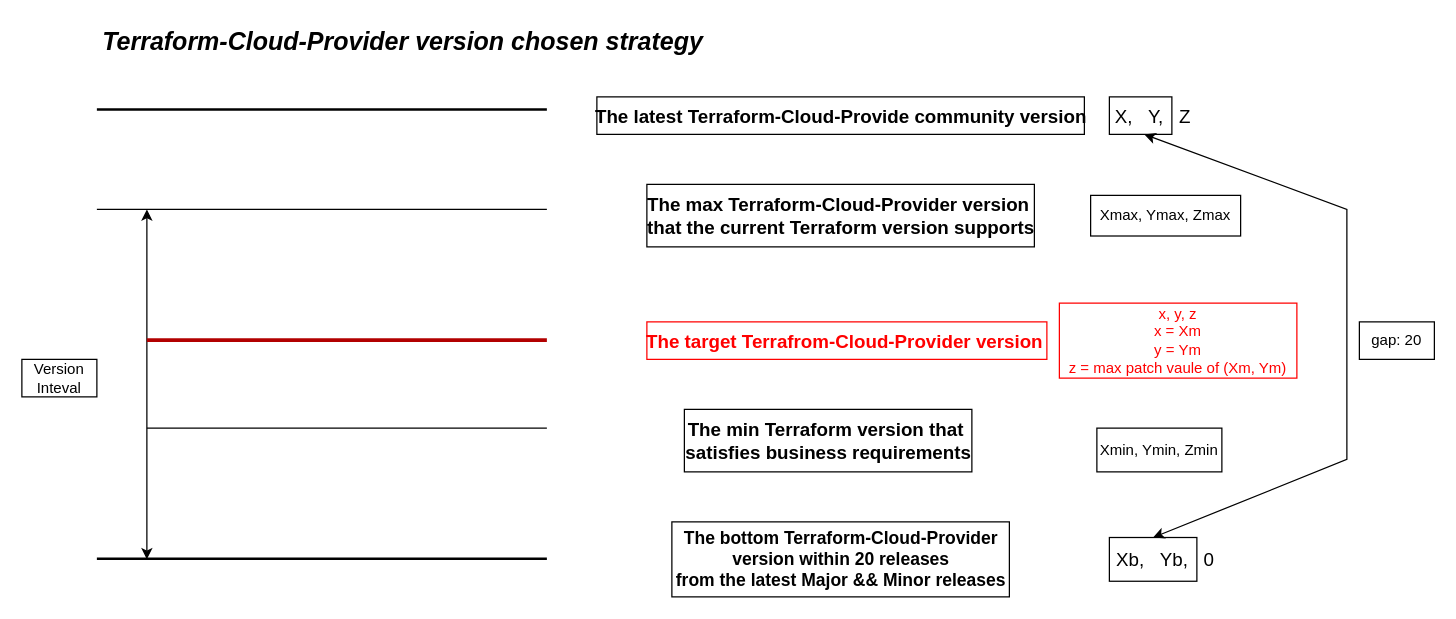
This is page "terraform-provider-version-chosen-strategy" (2 of 2) of terraform-version-chosen-strategy.drawio from YanshanSong/draw.io, a draw.io file, before an edit. Source tidied: cells renumbered, new cells numbered last; positions are measured from the earlier drawing's top-left corner, leaving out a move shared by most shapes. Both pictures are drawn from the tidied source at 125%, with x=0, y=0 at pixel (21, 21).
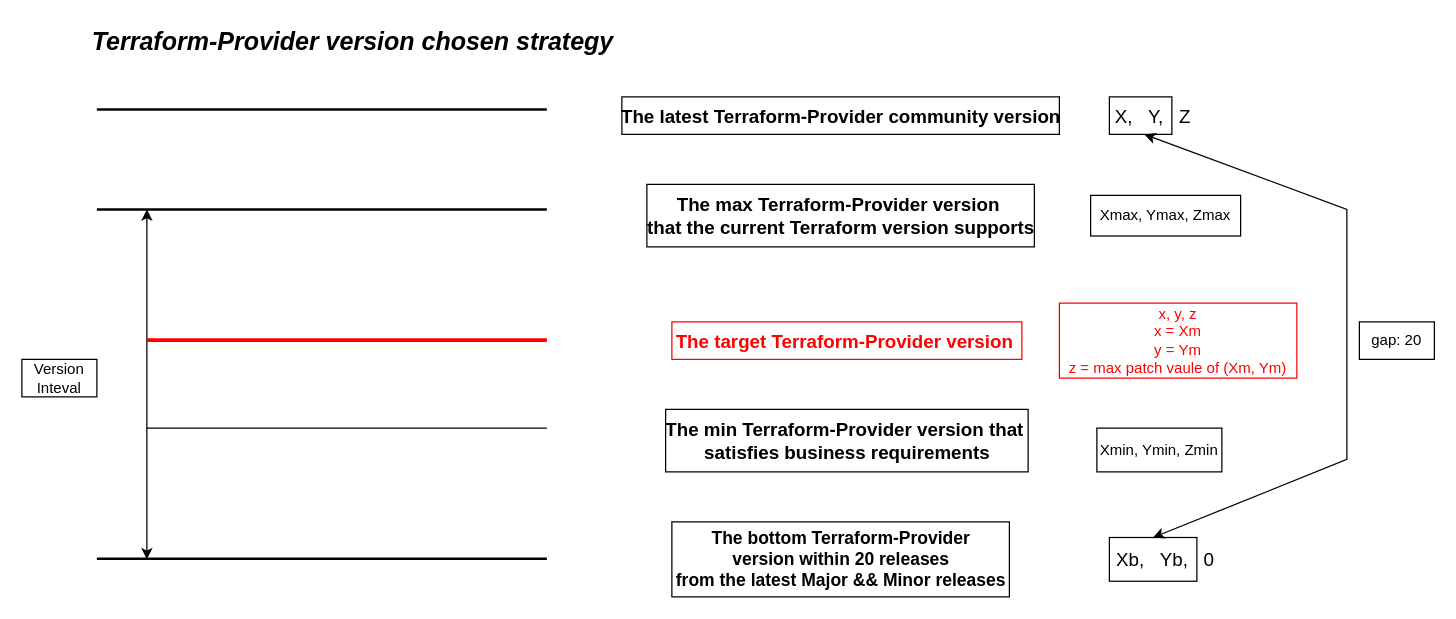
The same page after the edit.

Change to the diagram source:
```diff
@@
-    <mxCell id="5" value="&lt;font style=&quot;font-size: 15px;&quot;&gt;&lt;span&gt;The latest Terraform-Cloud-Provide&amp;nbsp;&lt;/span&gt;&lt;/font&gt;&lt;span style=&quot;font-size: 15px; background-color: initial;&quot;&gt;community version&lt;/span&gt;" style="text;html=1;align=center;verticalAlign=middle;strokeColor=default;fillColor=none;fontStyle=1;" parent="1" vertex="1">
-      <mxGeometry x="460" y="60" width="390" height="30" as="geometry" />
+    <mxCell id="5" value="&lt;font style=&quot;font-size: 15px;&quot;&gt;&lt;span&gt;The latest Terraform-Provider&amp;nbsp;&lt;/span&gt;&lt;/font&gt;&lt;span style=&quot;font-size: 15px; background-color: initial;&quot;&gt;community version&lt;/span&gt;" style="text;html=1;align=center;verticalAlign=middle;strokeColor=default;fillColor=none;fontStyle=1;" parent="1" vertex="1">
+      <mxGeometry x="480" y="60" width="350" height="30" as="geometry" />
     </mxCell>
-    <mxCell id="6" value="The bottom Terraform-Cloud-Provider&lt;div&gt;&amp;nbsp;version within 20 releases&amp;nbsp;&lt;br style=&quot;font-size: 14px;&quot;&gt;from the latest Major &amp;amp;&amp;amp; Minor releases&lt;/div&gt;" style="text;html=1;align=center;verticalAlign=middle;strokeColor=default;fillColor=none;gradientColor=none;fontSize=14;fontStyle=1;" parent="1" vertex="1">
+    <mxCell id="6" value="The bottom Terraform-Provider&lt;div&gt;&amp;nbsp;version within 20 releases&amp;nbsp;&lt;br style=&quot;font-size: 14px;&quot;&gt;from the latest Major &amp;amp;&amp;amp; Minor releases&lt;/div&gt;" style="text;html=1;align=center;verticalAlign=middle;strokeColor=default;fillColor=none;gradientColor=none;fontSize=14;fontStyle=1;" parent="1" vertex="1">
       <mxGeometry x="520" y="400" width="270" height="60" as="geometry" />
     </mxCell>
@@
-    <mxCell id="14" value="&lt;font style=&quot;font-size: 15px;&quot;&gt;&lt;span&gt;The min Terraform version that&amp;nbsp;&lt;/span&gt;&lt;/font&gt;&lt;div&gt;&lt;font style=&quot;font-size: 15px;&quot;&gt;&lt;span&gt;satisfies&amp;nbsp;&lt;/span&gt;&lt;/font&gt;&lt;span style=&quot;font-size: 15px; background-color: initial;&quot;&gt;business requirements&lt;/span&gt;&lt;/div&gt;" style="text;html=1;align=center;verticalAlign=middle;strokeColor=default;fillColor=none;fontStyle=1;" parent="1" vertex="1">
-      <mxGeometry x="530" y="310" width="230" height="50" as="geometry" />
+    <mxCell id="14" value="&lt;font style=&quot;font-size: 15px;&quot;&gt;&lt;span&gt;The min Terraform-Provider version that&amp;nbsp;&lt;/span&gt;&lt;/font&gt;&lt;div&gt;&lt;font style=&quot;font-size: 15px;&quot;&gt;&lt;span&gt;satisfies&amp;nbsp;&lt;/span&gt;&lt;/font&gt;&lt;span style=&quot;font-size: 15px; background-color: initial;&quot;&gt;business requirements&lt;/span&gt;&lt;/div&gt;" style="text;html=1;align=center;verticalAlign=middle;strokeColor=default;fillColor=none;fontStyle=1;" parent="1" vertex="1">
+      <mxGeometry x="515" y="310" width="290" height="50" as="geometry" />
     </mxCell>
@@
-    <mxCell id="17" style="endArrow=none;html=1;rounded=0;fillColor=#e51400;strokeColor=#B20000;strokeWidth=3;" parent="1" edge="1">
+    <mxCell id="17" style="endArrow=none;html=1;rounded=0;fillColor=#e51400;strokeColor=#FF0000;strokeWidth=3;fontColor=none;noLabel=1;labelBackgroundColor=none;" parent="1" edge="1">
       <mxGeometry relative="1" as="geometry">
         <mxPoint x="100" y="254.5" as="sourcePoint" />
         <mxPoint x="420" y="254.5" as="targetPoint" />
       </mxGeometry>
     </mxCell>
-    <mxCell id="18" value="&lt;span style=&quot;font-size: 15px;&quot;&gt;&lt;font color=&quot;#ff0000&quot;&gt;The target Terrafrom-Cloud-Provider&amp;nbsp;&lt;/font&gt;&lt;/span&gt;&lt;span style=&quot;color: rgb(255, 0, 0); font-size: 15px; background-color: initial;&quot;&gt;version&amp;nbsp;&lt;/span&gt;" style="text;html=1;align=center;verticalAlign=middle;strokeColor=#FF0000;fillColor=none;fontStyle=1;" parent="1" vertex="1">
-      <mxGeometry x="500" y="240" width="320" height="30" as="geometry" />
+    <mxCell id="18" value="&lt;span style=&quot;font-size: 15px;&quot;&gt;&lt;font color=&quot;#ff0000&quot;&gt;The target Terraform-Provider&amp;nbsp;&lt;/font&gt;&lt;/span&gt;&lt;span style=&quot;color: rgb(255, 0, 0); font-size: 15px; background-color: initial;&quot;&gt;version&amp;nbsp;&lt;/span&gt;" style="text;html=1;align=center;verticalAlign=middle;strokeColor=#FF0000;fillColor=none;fontStyle=1;" parent="1" vertex="1">
+      <mxGeometry x="520" y="240" width="280" height="30" as="geometry" />
     </mxCell>
@@
-    <mxCell id="20" value="&lt;i style=&quot;font-size: 20px;&quot;&gt;&lt;b style=&quot;font-size: 20px;&quot;&gt;Terraform-Cloud-Provider version chosen &lt;font style=&quot;font-size: 20px;&quot;&gt;strategy&lt;/font&gt;&lt;/b&gt;&lt;/i&gt;" style="text;html=1;align=center;verticalAlign=middle;whiteSpace=wrap;rounded=0;strokeColor=none;fontSize=20;" parent="1" vertex="1">
-      <mxGeometry x="60" width="490" height="30" as="geometry" />
+    <mxCell id="20" value="&lt;i style=&quot;font-size: 20px;&quot;&gt;&lt;b style=&quot;font-size: 20px;&quot;&gt;Terraform-Provider version chosen &lt;font style=&quot;font-size: 20px;&quot;&gt;strategy&lt;/font&gt;&lt;/b&gt;&lt;/i&gt;" style="text;html=1;align=center;verticalAlign=middle;whiteSpace=wrap;rounded=0;strokeColor=none;fontSize=20;" parent="1" vertex="1">
+      <mxGeometry x="20" width="490" height="30" as="geometry" />
     </mxCell>
-    <mxCell id="21" style="endArrow=none;html=1;rounded=0;" parent="1" edge="1">
+    <mxCell id="21" style="endArrow=none;html=1;rounded=0;fillColor=#60a917;strokeColor=#000000;strokeWidth=2;" parent="1" edge="1">
       <mxGeometry relative="1" as="geometry">
         <mxPoint x="60" y="150" as="sourcePoint" />
         <mxPoint x="420" y="150" as="targetPoint" />
       </mxGeometry>
     </mxCell>
-    <mxCell id="22" value="&lt;font style=&quot;font-size: 15px;&quot;&gt;&lt;span&gt;The max Terraform-Cloud-Provider version&amp;nbsp;&lt;/span&gt;&lt;/font&gt;&lt;div&gt;&lt;font style=&quot;font-size: 15px;&quot;&gt;&lt;span&gt;that the current Terraform version supports&lt;/span&gt;&lt;/font&gt;&lt;/div&gt;" style="text;html=1;align=center;verticalAlign=middle;strokeColor=default;fillColor=none;fontStyle=1;" parent="1" vertex="1">
+    <mxCell id="22" value="&lt;font style=&quot;font-size: 15px;&quot;&gt;&lt;span&gt;The max Terraform-Provider version&amp;nbsp;&lt;/span&gt;&lt;/font&gt;&lt;div&gt;&lt;font style=&quot;font-size: 15px;&quot;&gt;&lt;span&gt;that the current Terraform version supports&lt;/span&gt;&lt;/font&gt;&lt;/div&gt;" style="text;html=1;align=center;verticalAlign=middle;strokeColor=default;fillColor=none;fontStyle=1;" parent="1" vertex="1">
       <mxGeometry x="500" y="130" width="310" height="50" as="geometry" />
     </mxCell>
```
